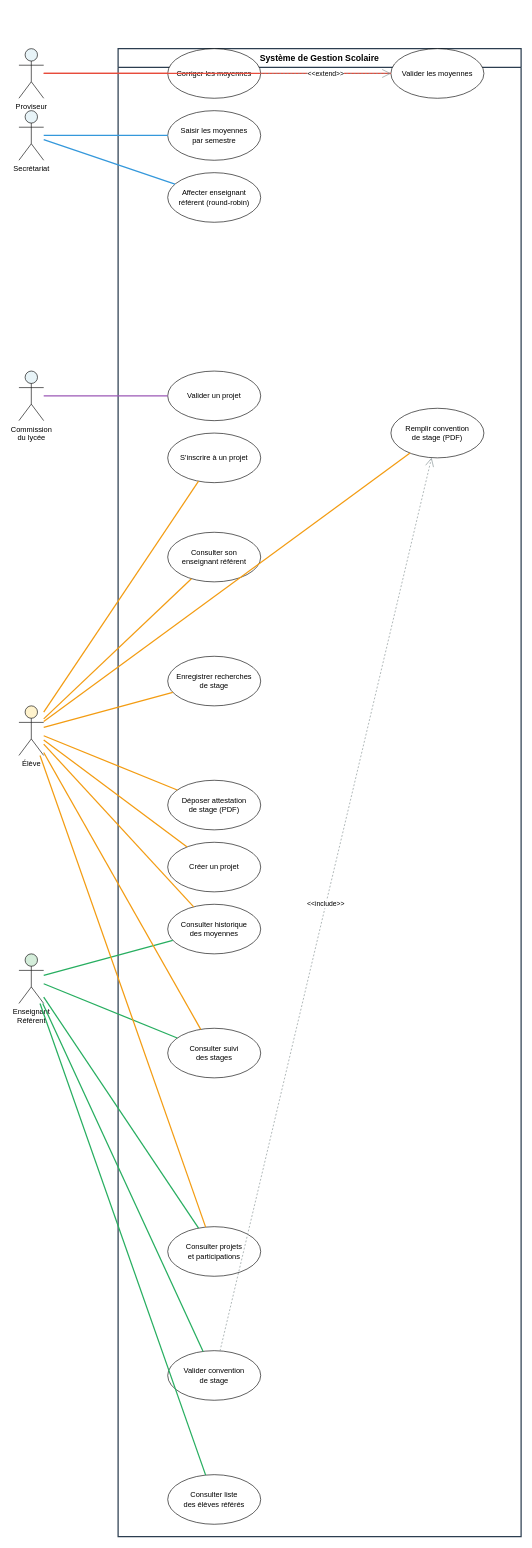
Above: diagramme UML/diagramme_cas_utilisation_gestion_scolaire.drawio in kwentin03/coll-ge-asimov (draw.io), before the change. Source tidied: cells renumbered, new cells numbered last; positions are measured from the earlier drawing's top-left corner, leaving out a move shared by most shapes. Both pictures are drawn from the tidied source at 62%, with x=0, y=0 at pixel (19, 48).
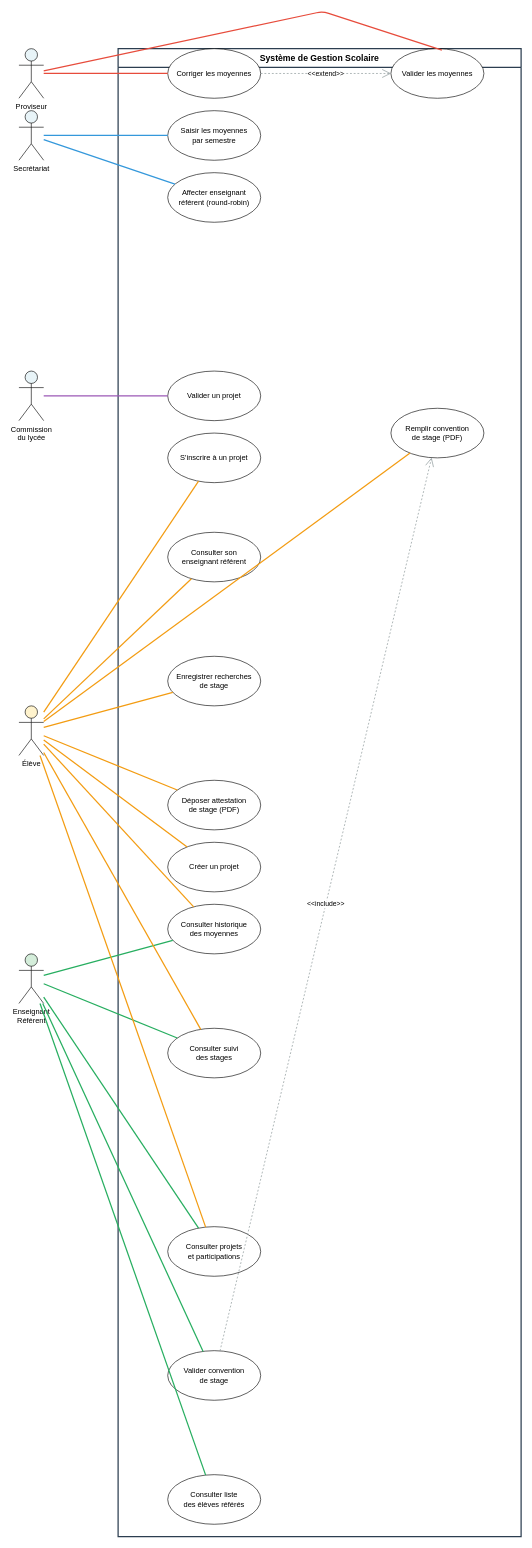
The same page after the edit.

Unchanged cells that the change refers to:
```xml
<mxCell id="4" value="Proviseur" style="shape=umlActor;verticalLabelPosition=bottom;verticalAlign=top;html=1;fillColor=#e8f4f8;strokeColor=#000000;" parent="1" vertex="1">
  <mxGeometry width="40" height="80" as="geometry" />
</mxCell>
<mxCell id="9" value="Valider les moyennes" style="ellipse;whiteSpace=wrap;html=1;fillColor=#ffffff;strokeColor=#000000;" parent="1" vertex="1">
  <mxGeometry x="600" width="150" height="80" as="geometry" />
</mxCell>
<mxCell id="10" value="Corriger les moyennes" style="ellipse;whiteSpace=wrap;html=1;fillColor=#ffffff;strokeColor=#000000;" parent="1" vertex="1">
  <mxGeometry x="240" width="150" height="80" as="geometry" />
</mxCell>
```

The edit, as a diff of the source:
```diff
@@
-    <mxCell id="26" style="endArrow=none;html=1;strokeColor=#e74c3c;strokeWidth=2;" parent="1" edge="1" source="4" target="9">
+    <mxCell id="26" style="endArrow=none;html=1;strokeColor=#e74c3c;strokeWidth=2;entryX=0;entryY=0.5;entryDx=0;entryDy=0;" parent="1" edge="1" source="4" target="10">
       <mxGeometry relative="1" as="geometry" />
     </mxCell>
-    <mxCell id="27" style="endArrow=none;html=1;strokeColor=#e74c3c;strokeWidth=2;" parent="1" edge="1" source="4" target="10">
-      <mxGeometry relative="1" as="geometry" />
+    <mxCell id="27" style="endArrow=none;html=1;strokeColor=#e74c3c;strokeWidth=2;entryX=0.548;entryY=0.029;entryDx=0;entryDy=0;entryPerimeter=0;" parent="1" edge="1" source="4" target="9">
+      <mxGeometry relative="1" as="geometry">
+        <Array as="points">
+          <mxPoint x="490" y="-60" />
+        </Array>
+      </mxGeometry>
     </mxCell>
```
